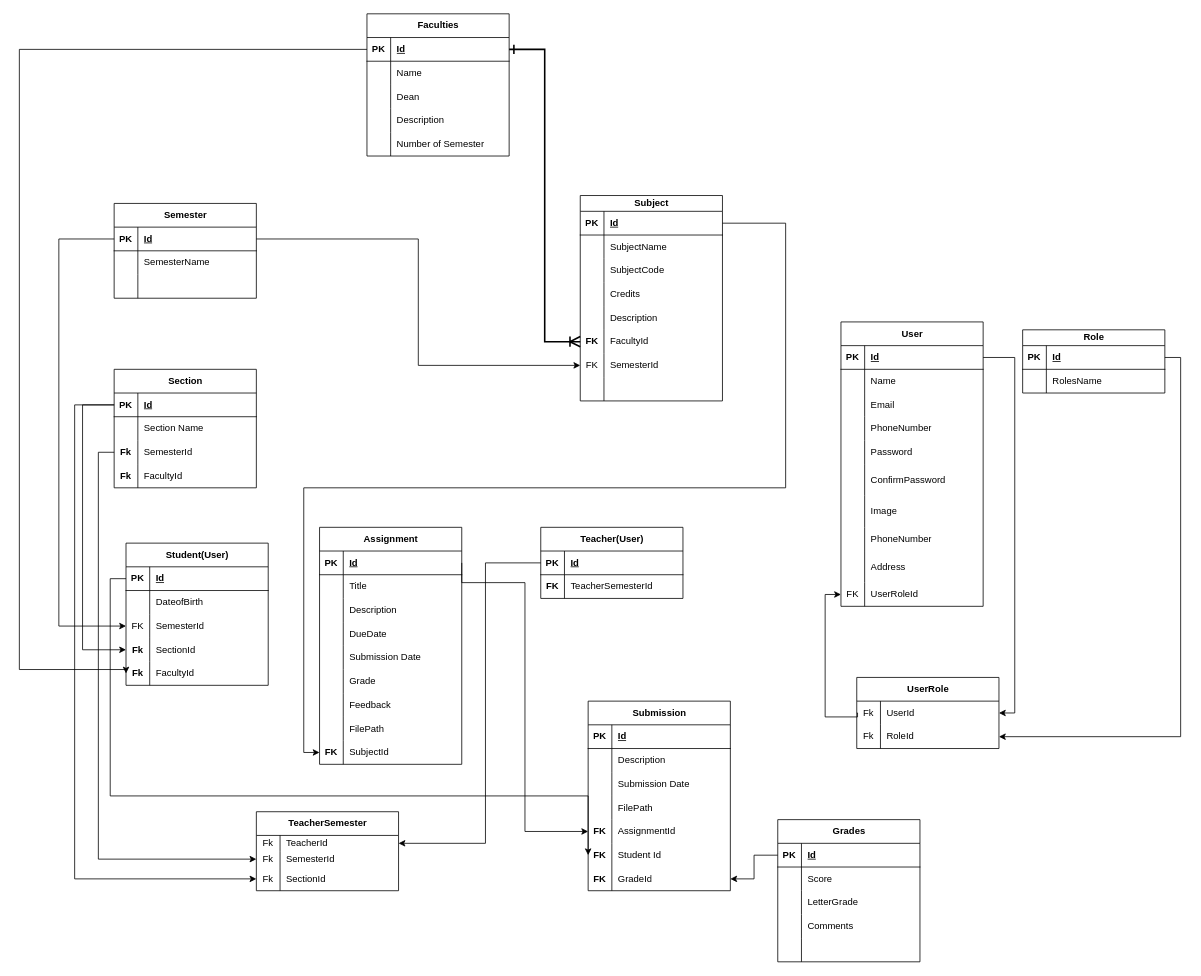
The draw.io diagram Untitled Diagram.drawio in Prakriti4/DotNetMVC, before the edit. Source tidied: cells renumbered, new cells numbered last; positions are measured from the earlier drawing's top-left corner, leaving out a move shared by most shapes. Both pictures are drawn from the tidied source at 79%, with x=0, y=0 at pixel (19, 13).
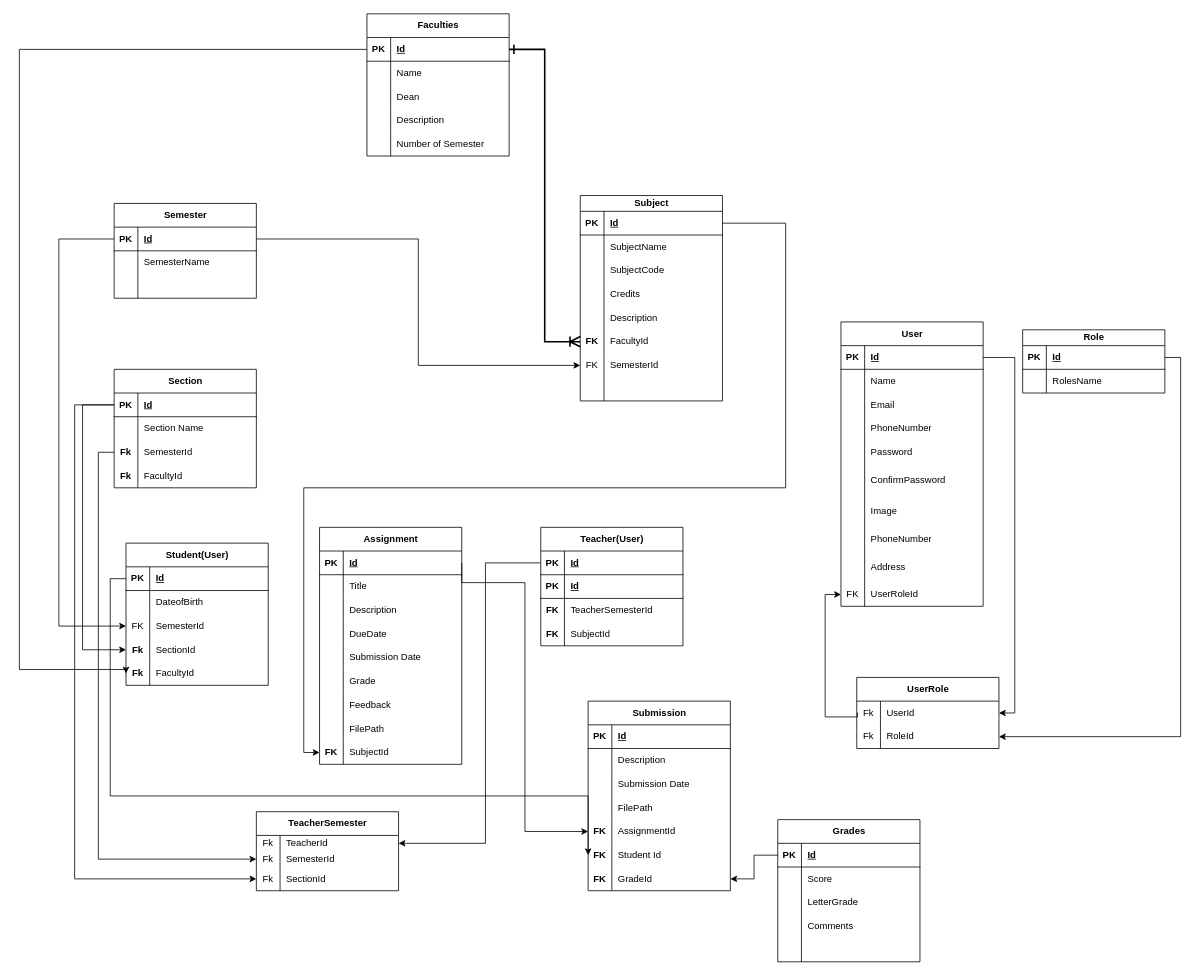
The same page after the edit.

Diff of the diagram source:
```diff
@@
     <mxCell id="30" value="Teacher(User)" style="shape=table;startSize=30;childLayout=tableLayout;rowLines=0;fontStyle=1;align=center;html=1;" parent="1" vertex="1">
-      <mxGeometry x="660" y="650" width="180" height="90" as="geometry" />
+      <mxGeometry x="660" y="650" width="180" height="150" as="geometry" />
     </mxCell>
@@
+    <mxCell id="225" style="shape=tableRow;horizontal=0;startSize=0;swimlaneHead=0;swimlaneBody=0;fillColor=none;top=0;left=0;right=0;bottom=1;" parent="30" vertex="1">
+      <mxGeometry y="60" width="180" height="30" as="geometry" />
+    </mxCell>
+    <mxCell id="226" value="PK" style="shape=partialRectangle;fillColor=none;top=0;left=0;bottom=0;right=0;fontStyle=1;overflow=hidden;whiteSpace=wrap;html=1;" parent="225" vertex="1">
+      <mxGeometry width="30" height="30" as="geometry" />
+    </mxCell>
+    <mxCell id="227" value="Id" style="shape=partialRectangle;fillColor=none;top=0;left=0;bottom=0;right=0;align=left;spacingLeft=6;fontStyle=5;overflow=hidden;whiteSpace=wrap;html=1;" parent="225" vertex="1">
+      <mxGeometry x="30" width="150" height="30" as="geometry" />
+    </mxCell>
     <mxCell id="34" style="shape=tableRow;horizontal=0;startSize=0;swimlaneHead=0;swimlaneBody=0;fillColor=none;top=0;left=0;right=0;bottom=0;" parent="30" vertex="1">
-      <mxGeometry y="60" width="180" height="30" as="geometry" />
+      <mxGeometry y="90" width="180" height="30" as="geometry" />
     </mxCell>
@@
+    <mxCell id="228" style="shape=tableRow;horizontal=0;startSize=0;swimlaneHead=0;swimlaneBody=0;fillColor=none;top=0;left=0;right=0;bottom=0;" parent="30" vertex="1">
+      <mxGeometry y="120" width="180" height="30" as="geometry" />
+    </mxCell>
+    <mxCell id="229" value="&lt;b&gt;FK&lt;/b&gt;" style="shape=partialRectangle;fillColor=none;top=0;left=0;bottom=0;right=0;overflow=hidden;whiteSpace=wrap;html=1;" parent="228" vertex="1">
+      <mxGeometry width="30" height="30" as="geometry" />
+    </mxCell>
+    <mxCell id="230" value="SubjectId" style="shape=partialRectangle;fillColor=none;top=0;left=0;bottom=0;right=0;align=left;spacingLeft=6;overflow=hidden;whiteSpace=wrap;html=1;" parent="228" vertex="1">
+      <mxGeometry x="30" width="150" height="30" as="geometry" />
+    </mxCell>
```
